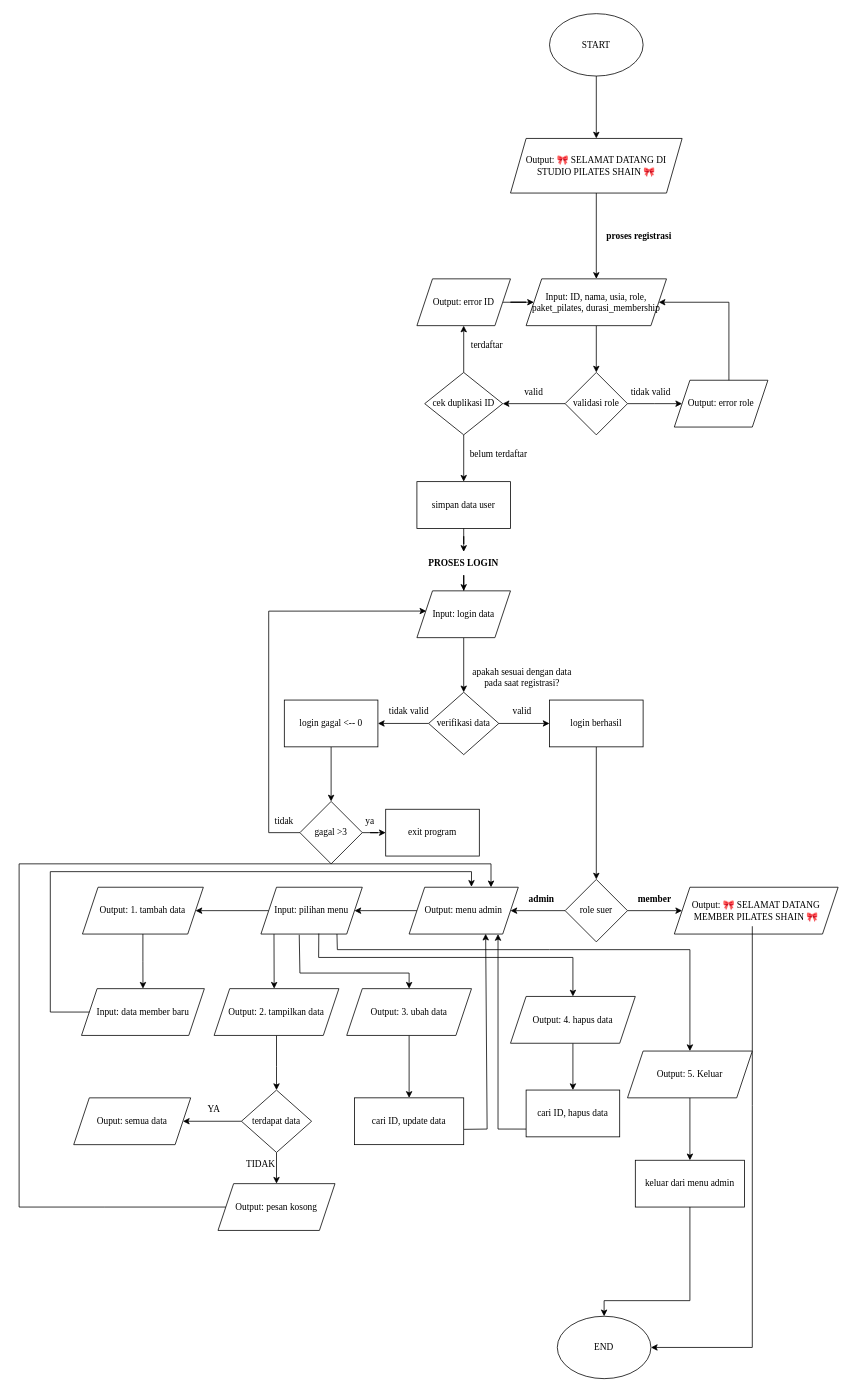
The draw.io diagram page "Page-1" (1 of 2) of post-test/post-test-apd-5/2509106102-RISMAYANTY-PT-5.drawio in rismayanty/praktikum.apd, before the edit. Source tidied: cells renumbered, new cells numbered last; positions are measured from the earlier drawing's top-left corner, leaving out a move shared by most shapes. Both pictures are drawn from the tidied source at 78%, with x=0, y=0 at pixel (19, 13).
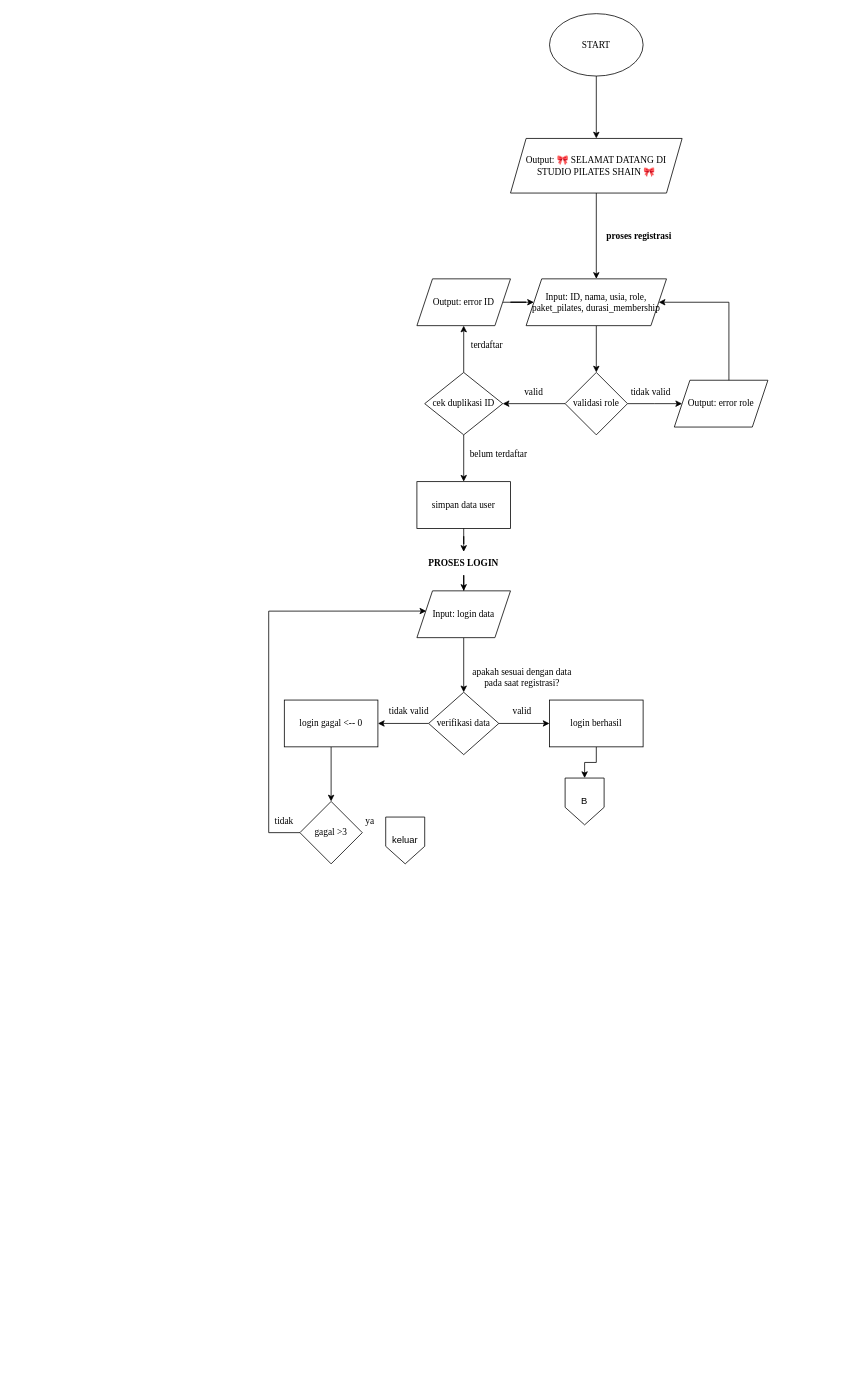
Above is the later version.

The change refers to these unchanged cells:
```xml
<mxCell id="37" value="login berhasil" style="whiteSpace=wrap;html=1;rounded=0;fontFamily=Times New Roman;" parent="1" vertex="1">
  <mxGeometry x="680" y="880" width="120" height="60" as="geometry" />
</mxCell>
<mxCell id="40" value="&lt;span style=&quot;font-weight: normal;&quot;&gt;gagal &amp;gt;3&lt;/span&gt;" style="rhombus;whiteSpace=wrap;html=1;rounded=0;fontStyle=1;fontFamily=Times New Roman;" parent="1" vertex="1">
  <mxGeometry x="360" y="1010" width="80" height="80" as="geometry" />
</mxCell>
```

The edit, as a diff of the source:
```diff
@@
-    <mxCell id="36" style="edgeStyle=orthogonalEdgeStyle;rounded=0;jettySize=auto;html=1;fontFamily=Times New Roman;" parent="1" edge="1" source="37" target="47">
-      <mxGeometry relative="1" as="geometry" />
-    </mxCell>
+    <mxCell id="87" style="edgeStyle=orthogonalEdgeStyle;rounded=0;jettySize=auto;html=1;" parent="1" edge="1" source="37" target="89">
+      <mxGeometry relative="1" as="geometry" />
+    </mxCell>
@@
-    <mxCell id="39" style="edgeStyle=orthogonalEdgeStyle;rounded=0;jettySize=auto;html=1;fontFamily=Times New Roman;" parent="1" edge="1" source="40" target="43">
-      <mxGeometry relative="1" as="geometry" />
-    </mxCell>
@@
-    <mxCell id="43" value="&lt;span style=&quot;font-weight: normal;&quot;&gt;exit program&lt;/span&gt;" style="whiteSpace=wrap;html=1;rounded=0;fontStyle=1;fontFamily=Times New Roman;" parent="1" vertex="1">
-      <mxGeometry x="470" y="1020" width="120" height="60" as="geometry" />
-    </mxCell>
@@
-    <mxCell id="45" style="edgeStyle=orthogonalEdgeStyle;rounded=0;jettySize=auto;html=1;fontFamily=Times New Roman;" parent="1" edge="1" source="47" target="48">
-      <mxGeometry relative="1" as="geometry" />
-    </mxCell>
-    <mxCell id="46" style="edgeStyle=orthogonalEdgeStyle;rounded=0;jettySize=auto;html=1;fontFamily=Times New Roman;" parent="1" edge="1" source="47" target="53">
-      <mxGeometry relative="1" as="geometry" />
-    </mxCell>
-    <mxCell id="47" value="role suer" style="rhombus;whiteSpace=wrap;html=1;rounded=0;fontFamily=Times New Roman;" parent="1" vertex="1">
-      <mxGeometry x="700" y="1110" width="80" height="80" as="geometry" />
-    </mxCell>
-    <mxCell id="48" value="Output:&amp;nbsp;🎀 SELAMAT DATANG MEMBER PILATES SHAIN 🎀" style="shape=parallelogram;perimeter=parallelogramPerimeter;whiteSpace=wrap;html=1;fixedSize=1;rounded=0;fontFamily=Times New Roman;" parent="1" vertex="1">
-      <mxGeometry x="840" y="1120" width="210" height="60" as="geometry" />
-    </mxCell>
-    <mxCell id="49" value="&lt;b&gt;member&lt;/b&gt;" style="text;html=1;whiteSpace=wrap;strokeColor=none;fillColor=none;align=center;verticalAlign=middle;rounded=0;fontFamily=Times New Roman;" parent="1" vertex="1">
-      <mxGeometry x="785" y="1120" width="60" height="30" as="geometry" />
-    </mxCell>
-    <mxCell id="50" value="END" style="ellipse;whiteSpace=wrap;html=1;fontFamily=Times New Roman;" parent="1" vertex="1">
-      <mxGeometry x="690" y="1670" width="120" height="80" as="geometry" />
-    </mxCell>
-    <mxCell id="51" style="endArrow=classic;html=1;rounded=0;entryX=1;entryY=0.5;entryDx=0;entryDy=0;fontFamily=Times New Roman;" parent="1" edge="1" target="50">
-      <mxGeometry relative="1" as="geometry">
-        <mxPoint x="940" y="1170" as="sourcePoint" />
-        <Array as="points">
-          <mxPoint x="940" y="1400" />
-          <mxPoint x="940" y="1710" />
-        </Array>
-      </mxGeometry>
-    </mxCell>
-    <mxCell id="52" style="edgeStyle=orthogonalEdgeStyle;rounded=0;jettySize=auto;html=1;fontFamily=Times New Roman;" parent="1" edge="1" source="53" target="56">
-      <mxGeometry relative="1" as="geometry" />
-    </mxCell>
-    <mxCell id="53" value="Output: menu admin" style="shape=parallelogram;perimeter=parallelogramPerimeter;whiteSpace=wrap;html=1;fixedSize=1;rounded=0;fontFamily=Times New Roman;" parent="1" vertex="1">
-      <mxGeometry x="500" y="1120" width="140" height="60" as="geometry" />
-    </mxCell>
-    <mxCell id="54" value="&lt;b&gt;admin&lt;/b&gt;" style="text;html=1;whiteSpace=wrap;strokeColor=none;fillColor=none;align=center;verticalAlign=middle;rounded=0;fontFamily=Times New Roman;" parent="1" vertex="1">
-      <mxGeometry x="640" y="1120" width="60" height="30" as="geometry" />
-    </mxCell>
-    <mxCell id="55" style="edgeStyle=orthogonalEdgeStyle;rounded=0;jettySize=auto;html=1;fontFamily=Times New Roman;" parent="1" edge="1" source="56" target="58">
-      <mxGeometry relative="1" as="geometry" />
-    </mxCell>
-    <mxCell id="56" value="Input: pilihan menu" style="shape=parallelogram;perimeter=parallelogramPerimeter;whiteSpace=wrap;html=1;fixedSize=1;rounded=0;fontFamily=Times New Roman;" parent="1" vertex="1">
-      <mxGeometry x="310" y="1120" width="130" height="60" as="geometry" />
-    </mxCell>
-    <mxCell id="57" style="edgeStyle=orthogonalEdgeStyle;rounded=0;jettySize=auto;html=1;fontFamily=Times New Roman;" parent="1" edge="1" source="58" target="59">
-      <mxGeometry relative="1" as="geometry" />
-    </mxCell>
-    <mxCell id="58" value="Output: 1. tambah data" style="shape=parallelogram;perimeter=parallelogramPerimeter;whiteSpace=wrap;html=1;fixedSize=1;rounded=0;fontFamily=Times New Roman;" parent="1" vertex="1">
-      <mxGeometry x="81.2" y="1120" width="155" height="60" as="geometry" />
-    </mxCell>
-    <mxCell id="59" value="Input: data member baru" style="shape=parallelogram;perimeter=parallelogramPerimeter;whiteSpace=wrap;html=1;fixedSize=1;rounded=0;fontFamily=Times New Roman;" parent="1" vertex="1">
-      <mxGeometry x="80" y="1250" width="157.5" height="60" as="geometry" />
-    </mxCell>
-    <mxCell id="60" style="endArrow=classic;html=1;rounded=0;exitX=0;exitY=0.5;exitDx=0;exitDy=0;entryX=0.571;entryY=-0.01;entryDx=0;entryDy=0;entryPerimeter=0;fontFamily=Times New Roman;" parent="1" edge="1" source="59" target="53">
-      <mxGeometry relative="1" as="geometry">
-        <Array as="points">
-          <mxPoint x="40" y="1280" />
-          <mxPoint x="40" y="1100" />
-          <mxPoint x="580" y="1100" />
-        </Array>
-      </mxGeometry>
-    </mxCell>
-    <mxCell id="61" style="endArrow=classic;html=1;rounded=0;exitX=0.129;exitY=1.002;exitDx=0;exitDy=0;exitPerimeter=0;fontFamily=Times New Roman;" parent="1" edge="1" source="56">
-      <mxGeometry relative="1" as="geometry">
-        <mxPoint x="327" y="1250" as="targetPoint" />
-      </mxGeometry>
-    </mxCell>
-    <mxCell id="62" style="edgeStyle=orthogonalEdgeStyle;rounded=0;jettySize=auto;html=1;fontFamily=Times New Roman;" parent="1" edge="1" source="63" target="66">
-      <mxGeometry relative="1" as="geometry">
-        <Array as="points">
-          <mxPoint x="330" y="1350" />
-          <mxPoint x="330" y="1350" />
-        </Array>
-      </mxGeometry>
-    </mxCell>
-    <mxCell id="63" value="Output: 2. tampilkan data" style="shape=parallelogram;perimeter=parallelogramPerimeter;whiteSpace=wrap;html=1;fixedSize=1;rounded=0;fontFamily=Times New Roman;" parent="1" vertex="1">
-      <mxGeometry x="250" y="1250" width="160" height="60" as="geometry" />
-    </mxCell>
-    <mxCell id="64" style="edgeStyle=orthogonalEdgeStyle;rounded=0;jettySize=auto;html=1;fontFamily=Times New Roman;" parent="1" edge="1" source="66" target="67">
-      <mxGeometry relative="1" as="geometry" />
-    </mxCell>
-    <mxCell id="65" style="edgeStyle=orthogonalEdgeStyle;rounded=0;jettySize=auto;html=1;fontFamily=Times New Roman;" parent="1" edge="1" source="66" target="68">
-      <mxGeometry relative="1" as="geometry" />
-    </mxCell>
-    <mxCell id="66" value="terdapat data" style="rhombus;whiteSpace=wrap;html=1;rounded=0;fontFamily=Times New Roman;" parent="1" vertex="1">
-      <mxGeometry x="285" y="1380" width="90" height="80" as="geometry" />
-    </mxCell>
-    <mxCell id="67" value="Ouput: semua data" style="shape=parallelogram;perimeter=parallelogramPerimeter;whiteSpace=wrap;html=1;fixedSize=1;rounded=0;fontFamily=Times New Roman;" parent="1" vertex="1">
-      <mxGeometry x="70" y="1390" width="150" height="60" as="geometry" />
-    </mxCell>
-    <mxCell id="68" value="Output: pesan kosong" style="shape=parallelogram;perimeter=parallelogramPerimeter;whiteSpace=wrap;html=1;fixedSize=1;rounded=0;fontFamily=Times New Roman;" parent="1" vertex="1">
-      <mxGeometry x="255" y="1500" width="150" height="60" as="geometry" />
-    </mxCell>
-    <mxCell id="69" value="YA" style="text;html=1;whiteSpace=wrap;strokeColor=none;fillColor=none;align=center;verticalAlign=middle;rounded=0;fontFamily=Times New Roman;" parent="1" vertex="1">
-      <mxGeometry x="220" y="1390" width="60" height="30" as="geometry" />
-    </mxCell>
-    <mxCell id="70" value="TIDAK" style="text;html=1;whiteSpace=wrap;strokeColor=none;fillColor=none;align=center;verticalAlign=middle;rounded=0;fontFamily=Times New Roman;" parent="1" vertex="1">
-      <mxGeometry x="280" y="1460" width="60" height="30" as="geometry" />
-    </mxCell>
-    <mxCell id="71" style="endArrow=classic;html=1;rounded=0;exitX=0;exitY=0.5;exitDx=0;exitDy=0;entryX=0.75;entryY=0;entryDx=0;entryDy=0;fontFamily=Times New Roman;" parent="1" edge="1" source="68" target="53">
-      <mxGeometry relative="1" as="geometry">
-        <Array as="points">
-          <mxPoint x="110" y="1530" />
-          <mxPoint y="1530" />
-          <mxPoint y="1090" />
-          <mxPoint x="605" y="1090" />
-        </Array>
-      </mxGeometry>
-    </mxCell>
-    <mxCell id="72" style="edgeStyle=orthogonalEdgeStyle;rounded=0;jettySize=auto;html=1;fontFamily=Times New Roman;" parent="1" edge="1" source="73" target="75">
-      <mxGeometry relative="1" as="geometry" />
-    </mxCell>
-    <mxCell id="73" value="Output: 3. ubah data" style="shape=parallelogram;perimeter=parallelogramPerimeter;whiteSpace=wrap;html=1;fixedSize=1;rounded=0;fontFamily=Times New Roman;" parent="1" vertex="1">
-      <mxGeometry x="420" y="1250" width="160" height="60" as="geometry" />
-    </mxCell>
-    <mxCell id="74" style="endArrow=classic;html=1;rounded=0;exitX=0.378;exitY=1.016;exitDx=0;exitDy=0;entryX=0.5;entryY=0;entryDx=0;entryDy=0;exitPerimeter=0;fontFamily=Times New Roman;" parent="1" edge="1" source="56" target="73">
-      <mxGeometry relative="1" as="geometry">
-        <Array as="points">
-          <mxPoint x="360" y="1230" />
-          <mxPoint x="500" y="1230" />
-        </Array>
-      </mxGeometry>
-    </mxCell>
-    <mxCell id="75" value="cari ID, update data" style="whiteSpace=wrap;html=1;rounded=0;fontFamily=Times New Roman;" parent="1" vertex="1">
-      <mxGeometry x="430" y="1390" width="140" height="60" as="geometry" />
-    </mxCell>
-    <mxCell id="76" style="endArrow=classic;html=1;rounded=0;entryX=0.701;entryY=0.994;entryDx=0;entryDy=0;entryPerimeter=0;exitX=1.003;exitY=0.673;exitDx=0;exitDy=0;exitPerimeter=0;fontFamily=Times New Roman;" parent="1" edge="1" source="75" target="53">
-      <mxGeometry relative="1" as="geometry">
-        <Array as="points">
-          <mxPoint x="600" y="1430" />
-        </Array>
-      </mxGeometry>
-    </mxCell>
-    <mxCell id="77" style="edgeStyle=orthogonalEdgeStyle;rounded=0;jettySize=auto;html=1;fontFamily=Times New Roman;" parent="1" edge="1" source="78" target="80">
-      <mxGeometry relative="1" as="geometry" />
-    </mxCell>
-    <mxCell id="78" value="Output: 4. hapus data" style="shape=parallelogram;perimeter=parallelogramPerimeter;whiteSpace=wrap;html=1;fixedSize=1;rounded=0;fontFamily=Times New Roman;" parent="1" vertex="1">
-      <mxGeometry x="630" y="1260" width="160" height="60" as="geometry" />
-    </mxCell>
-    <mxCell id="79" style="endArrow=classic;html=1;rounded=0;exitX=0.571;exitY=0.99;exitDx=0;exitDy=0;exitPerimeter=0;entryX=0.5;entryY=0;entryDx=0;entryDy=0;fontFamily=Times New Roman;" parent="1" edge="1" source="56" target="78">
-      <mxGeometry relative="1" as="geometry">
-        <Array as="points">
-          <mxPoint x="384" y="1210" />
-          <mxPoint x="710" y="1210" />
-        </Array>
-      </mxGeometry>
-    </mxCell>
-    <mxCell id="80" value="cari ID, hapus data" style="whiteSpace=wrap;html=1;rounded=0;fontFamily=Times New Roman;" parent="1" vertex="1">
-      <mxGeometry x="650" y="1380" width="120" height="60" as="geometry" />
-    </mxCell>
-    <mxCell id="81" style="endArrow=classic;html=1;rounded=0;exitX=-0.001;exitY=0.834;exitDx=0;exitDy=0;exitPerimeter=0;fontFamily=Times New Roman;" parent="1" edge="1" source="80">
-      <mxGeometry relative="1" as="geometry">
-        <mxPoint x="614" y="1180" as="targetPoint" />
-        <Array as="points">
-          <mxPoint x="614" y="1430" />
-        </Array>
-      </mxGeometry>
-    </mxCell>
-    <mxCell id="82" style="endArrow=classic;html=1;rounded=0;exitX=0.75;exitY=1;exitDx=0;exitDy=0;fontFamily=Times New Roman;" parent="1" edge="1" source="56">
-      <mxGeometry relative="1" as="geometry">
-        <mxPoint x="860" y="1330" as="targetPoint" />
-        <Array as="points">
-          <mxPoint x="408" y="1200" />
-          <mxPoint x="680" y="1200" />
-          <mxPoint x="860" y="1200" />
-        </Array>
-      </mxGeometry>
-    </mxCell>
-    <mxCell id="83" style="edgeStyle=orthogonalEdgeStyle;rounded=0;jettySize=auto;html=1;fontFamily=Times New Roman;" parent="1" edge="1" source="84" target="85">
-      <mxGeometry relative="1" as="geometry" />
-    </mxCell>
-    <mxCell id="84" value="Output: 5. Keluar" style="shape=parallelogram;perimeter=parallelogramPerimeter;whiteSpace=wrap;html=1;fixedSize=1;rounded=0;fontFamily=Times New Roman;" parent="1" vertex="1">
-      <mxGeometry x="780" y="1330" width="160" height="60" as="geometry" />
-    </mxCell>
-    <mxCell id="85" value="keluar dari menu admin" style="whiteSpace=wrap;html=1;rounded=0;fontFamily=Times New Roman;" parent="1" vertex="1">
-      <mxGeometry x="790" y="1470" width="140" height="60" as="geometry" />
-    </mxCell>
-    <mxCell id="86" style="endArrow=classic;html=1;rounded=0;exitX=0.5;exitY=1;exitDx=0;exitDy=0;entryX=0.5;entryY=0;entryDx=0;entryDy=0;fontFamily=Times New Roman;" parent="1" edge="1" source="85" target="50">
-      <mxGeometry relative="1" as="geometry">
-        <Array as="points">
-          <mxPoint x="860" y="1650" />
-          <mxPoint x="750" y="1650" />
-        </Array>
-      </mxGeometry>
-    </mxCell>
+    <mxCell id="88" value="keluar" style="shape=offPageConnector;whiteSpace=wrap;html=1;" parent="1" vertex="1">
+      <mxGeometry x="470" y="1030" width="50" height="60" as="geometry" />
+    </mxCell>
+    <mxCell id="89" value="B" style="shape=offPageConnector;whiteSpace=wrap;html=1;" parent="1" vertex="1">
+      <mxGeometry x="700" y="980" width="50" height="60" as="geometry" />
+    </mxCell>
```
